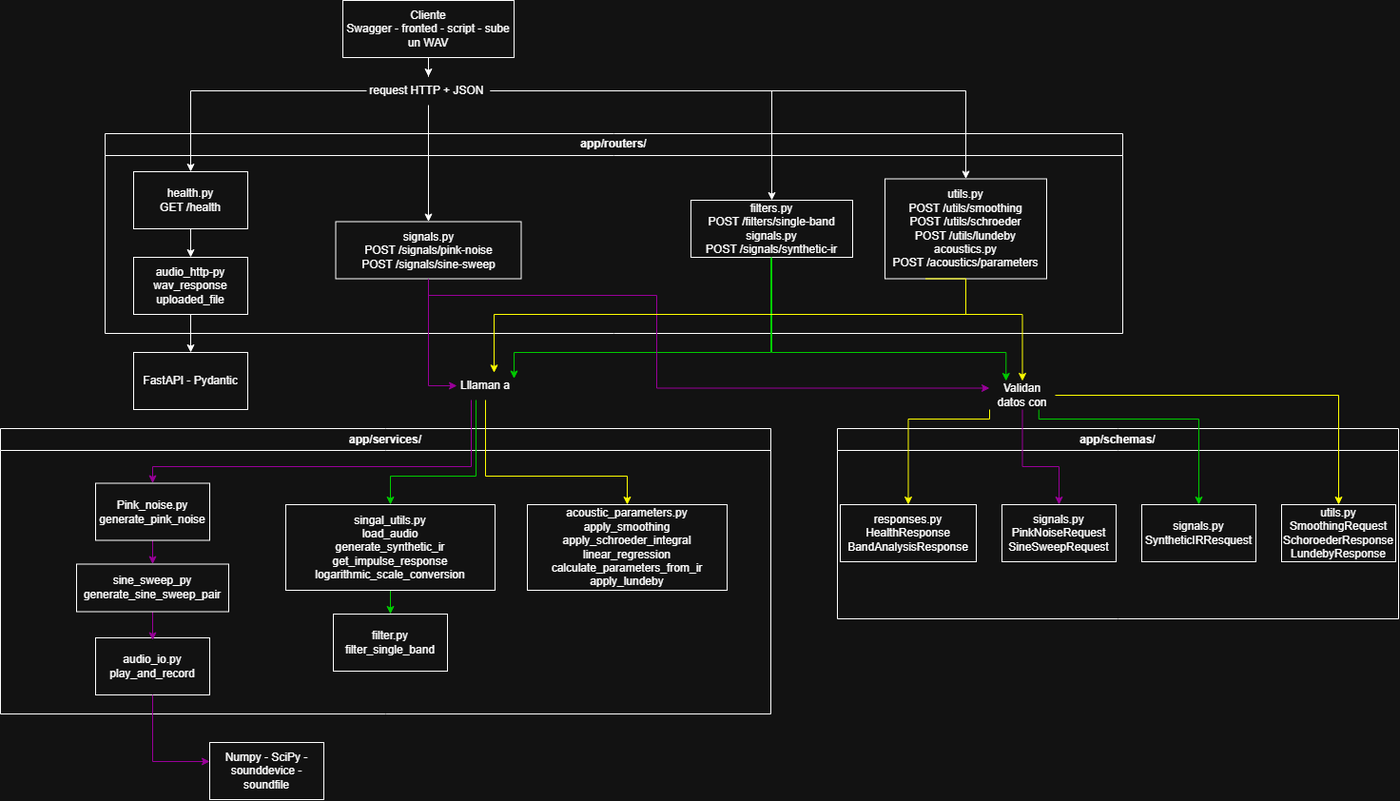
Above: docs/diagrama_arquitectura.png in Cadirola24/rir-rar (draw.io), before the change. Source tidied: cells renumbered, new cells last; positions are measured from the earlier drawing's top-left corner, leaving out a move shared by most shapes.
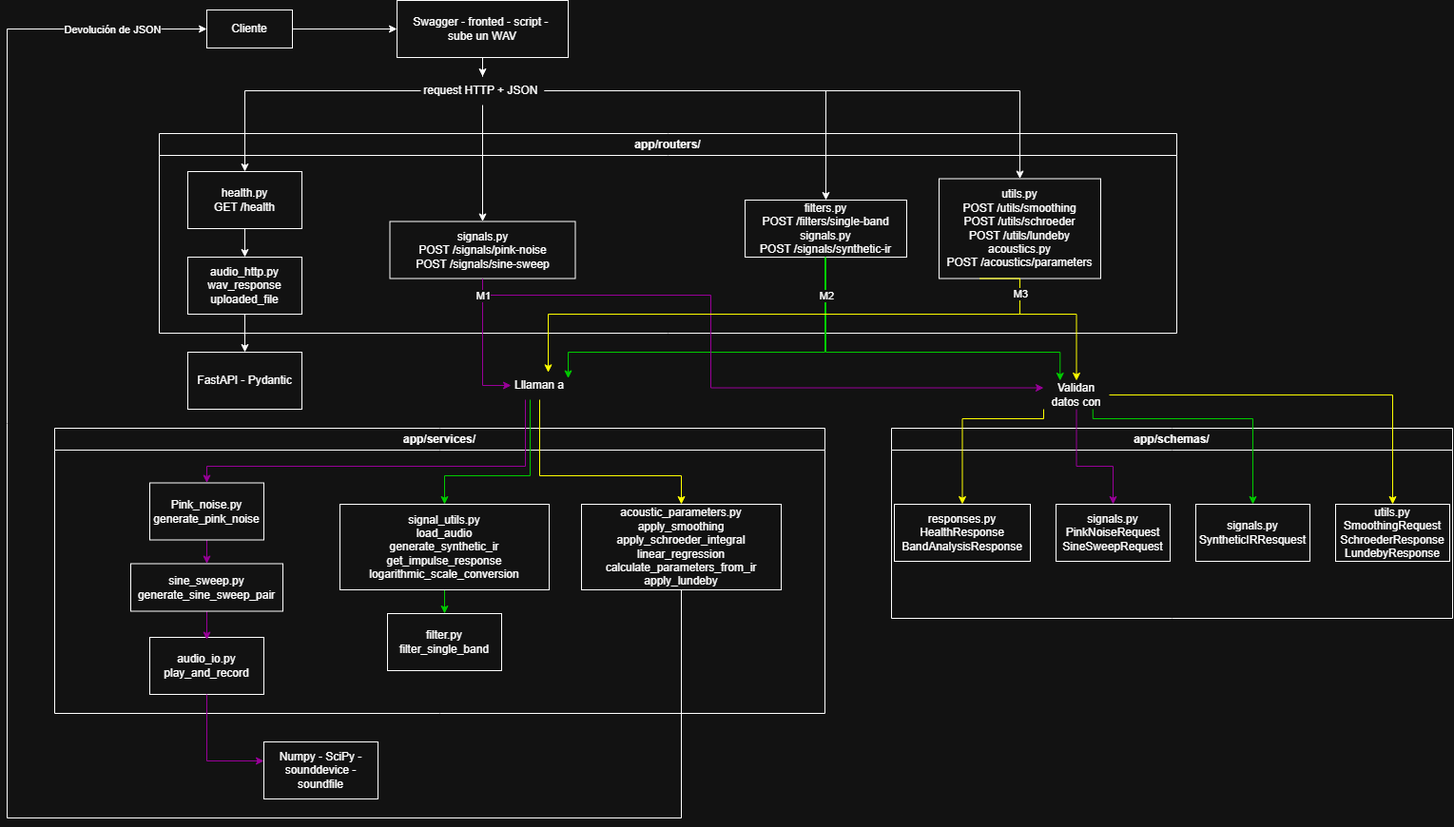
Later version of the same file.

Commit message:
fix/correccion_diagrama

What changed in the source:
```diff
@@ -20,13 +20,13 @@
     <mxCell id="7" value="utils.py&lt;div&gt;POST /utils/smoothing&lt;/div&gt;&lt;div&gt;POST /utils/schroeder&lt;/div&gt;&lt;div&gt;POST /utils/lundeby&lt;/div&gt;&lt;div&gt;acoustics.py&lt;/div&gt;&lt;div&gt;POST /acoustics/parameters&lt;/div&gt;" style="whiteSpace=wrap;html=1;" parent="2" vertex="1">
       <mxGeometry x="820" y="47.5" width="170" height="105" as="geometry" />
     </mxCell>
-    <mxCell id="8" value="audio_http-py&lt;div&gt;wav_response&lt;/div&gt;&lt;div&gt;uploaded_file&lt;/div&gt;" style="whiteSpace=wrap;html=1;" parent="2" vertex="1">
+    <mxCell id="8" value="audio_http.py&lt;div&gt;wav_response&lt;/div&gt;&lt;div&gt;uploaded_file&lt;/div&gt;" style="whiteSpace=wrap;html=1;" parent="2" vertex="1">
       <mxGeometry x="30" y="130" width="120" height="60" as="geometry" />
     </mxCell>
     <mxCell id="9" style="edgeStyle=orthogonalEdgeStyle;rounded=0;jettySize=auto;html=1;" parent="1" edge="1" source="10" target="15">
       <mxGeometry relative="1" as="geometry" />
     </mxCell>
-    <mxCell id="10" value="&lt;div&gt;Cliente&lt;/div&gt;&lt;div&gt;Swagger - fronted - script - sube un WAV&lt;/div&gt;" style="rounded=0;whiteSpace=wrap;html=1;" parent="1" vertex="1">
+    <mxCell id="10" value="&lt;div&gt;&lt;span style=&quot;background-color: transparent; color: light-dark(#000000, var(--ge-light-color, #ffffff));&quot;&gt;Swagger - fronted - script -&amp;nbsp;&lt;/span&gt;&lt;/div&gt;&lt;div&gt;&lt;span style=&quot;background-color: transparent; color: light-dark(#000000, var(--ge-light-color, #ffffff));&quot;&gt;sube un WAV&lt;/span&gt;&lt;/div&gt;" style="rounded=0;whiteSpace=wrap;html=1;" parent="1" vertex="1">
       <mxGeometry x="360" width="180" height="60" as="geometry" />
     </mxCell>
     <mxCell id="11" style="rounded=0;jettySize=auto;html=1;edgeStyle=orthogonalEdgeStyle;entryX=0.5;entryY=0;entryDx=0;entryDy=0;" parent="1" edge="1" source="15" target="4">
@@ -53,7 +53,7 @@
     <mxCell id="18" value="signals.py&lt;div&gt;PinkNoiseRequest&lt;/div&gt;&lt;div&gt;SineSweepRequest&lt;/div&gt;" style="whiteSpace=wrap;html=1;" parent="16" vertex="1">
       <mxGeometry x="173" y="80" width="120" height="60" as="geometry" />
     </mxCell>
-    <mxCell id="19" value="utils.py&lt;div&gt;SmoothingRequest&lt;/div&gt;&lt;div&gt;SchoroederResponse&lt;/div&gt;&lt;div&gt;LundebyResponse&lt;/div&gt;" style="whiteSpace=wrap;html=1;" parent="16" vertex="1">
+    <mxCell id="19" value="utils.py&lt;div&gt;SmoothingRequest&lt;/div&gt;&lt;div&gt;SchroederResponse&lt;/div&gt;&lt;div&gt;LundebyResponse&lt;/div&gt;" style="whiteSpace=wrap;html=1;" parent="16" vertex="1">
       <mxGeometry x="467" y="80" width="120" height="60" as="geometry" />
     </mxCell>
     <mxCell id="20" value="responses.py&lt;div&gt;HealthResponse&lt;/div&gt;&lt;div&gt;BandAnalysisResponse&lt;/div&gt;" style="whiteSpace=wrap;html=1;" parent="16" vertex="1">
@@ -76,13 +76,13 @@
         <mxPoint x="160" y="222.5" as="targetPoint" />
       </mxGeometry>
     </mxCell>
-    <mxCell id="26" value="sine_sweep_py&lt;div&gt;generate_sine_sweep_pair&lt;/div&gt;" style="whiteSpace=wrap;html=1;" parent="21" vertex="1">
+    <mxCell id="26" value="sine_sweep.py&lt;div&gt;generate_sine_sweep_pair&lt;/div&gt;" style="whiteSpace=wrap;html=1;" parent="21" vertex="1">
       <mxGeometry x="80" y="142.5" width="160" height="50" as="geometry" />
     </mxCell>
     <mxCell id="27" style="edgeStyle=orthogonalEdgeStyle;rounded=0;jettySize=auto;html=1;entryX=0.5;entryY=0;entryDx=0;entryDy=0;strokeColor=light-dark(#000000,#00CC00);" parent="21" edge="1" source="28" target="30">
       <mxGeometry relative="1" as="geometry" />
     </mxCell>
-    <mxCell id="28" value="singal_utils.py&lt;div&gt;&lt;div&gt;load_audio&lt;/div&gt;&lt;div&gt;generate_synthetic_ir&lt;/div&gt;&lt;div&gt;get_impulse_response&lt;/div&gt;&lt;div&gt;logarithmic_scale_conversion&lt;/div&gt;&lt;/div&gt;" style="whiteSpace=wrap;html=1;" parent="21" vertex="1">
+    <mxCell id="28" value="signal_utils.py&lt;div&gt;&lt;div&gt;load_audio&lt;/div&gt;&lt;div&gt;generate_synthetic_ir&lt;/div&gt;&lt;div&gt;get_impulse_response&lt;/div&gt;&lt;div&gt;logarithmic_scale_conversion&lt;/div&gt;&lt;/div&gt;" style="whiteSpace=wrap;html=1;" parent="21" vertex="1">
       <mxGeometry x="300" y="80" width="220" height="90" as="geometry" />
     </mxCell>
     <mxCell id="29" value="acoustic_parameters.py&lt;div&gt;&lt;div&gt;apply_smoothing&lt;/div&gt;&lt;div&gt;apply_schroeder_integral&lt;/div&gt;&lt;div&gt;linear_regression&lt;/div&gt;&lt;div&gt;calculate_parameters_from_ir&lt;/div&gt;&lt;div&gt;apply_lundeby&lt;/div&gt;&lt;/div&gt;" style="whiteSpace=wrap;html=1;" parent="21" vertex="1">
@@ -182,6 +182,11 @@
         </Array>
       </mxGeometry>
     </mxCell>
+    <mxCell id="50" value="M2" style="edgeLabel;html=1;align=center;verticalAlign=middle;inheritText=1;" parent="44" vertex="1">
+      <mxGeometry x="-0.84" y="1" relative="1" as="geometry">
+        <mxPoint y="8" as="offset" />
+      </mxGeometry>
+    </mxCell>
     <mxCell id="45" style="edgeStyle=orthogonalEdgeStyle;rounded=0;jettySize=auto;html=1;entryX=0;entryY=0.25;entryDx=0;entryDy=0;strokeColor=light-dark(#9673A6,#990099);" parent="1" edge="1" source="5" target="36">
       <mxGeometry x="0.1" relative="1" as="geometry">
         <Array as="points">
@@ -200,14 +205,42 @@
         </Array>
       </mxGeometry>
     </mxCell>
+    <mxCell id="51" value="M3" style="edgeLabel;html=1;align=center;verticalAlign=middle;inheritText=1;" parent="46" vertex="1">
+      <mxGeometry x="-0.82" relative="1" as="geometry" />
+    </mxCell>
     <mxCell id="47" style="edgeStyle=orthogonalEdgeStyle;rounded=0;jettySize=auto;html=1;entryX=0;entryY=0.5;entryDx=0;entryDy=0;strokeColor=light-dark(#9673A6,#990099);" parent="1" edge="1" source="5" target="43">
       <mxGeometry relative="1" as="geometry" />
     </mxCell>
+    <mxCell id="52" value="M1" style="edgeLabel;html=1;align=center;verticalAlign=middle;inheritText=1;" parent="47" vertex="1">
+      <mxGeometry x="-0.85" relative="1" as="geometry">
+        <mxPoint y="7" as="offset" />
+      </mxGeometry>
+    </mxCell>
     <mxCell id="48" value="FastAPI - Pydantic" style="whiteSpace=wrap;html=1;" parent="1" vertex="1">
       <mxGeometry x="140" y="370" width="120" height="60" as="geometry" />
     </mxCell>
     <mxCell id="49" style="edgeStyle=orthogonalEdgeStyle;rounded=0;jettySize=auto;html=1;" parent="1" edge="1" source="8" target="48">
       <mxGeometry relative="1" as="geometry" />
     </mxCell>
+    <mxCell id="53" style="edgeStyle=orthogonalEdgeStyle;rounded=0;jettySize=auto;html=1;exitX=0.5;exitY=1;exitDx=0;exitDy=0;defaultLabelBackgroundColor=page;entryX=0;entryY=0.5;entryDx=0;entryDy=0;" parent="1" edge="1" source="29" target="56">
+      <mxGeometry x="-0.74" relative="1" as="geometry">
+        <Array as="points">
+          <mxPoint x="659" y="860" />
+          <mxPoint x="-50" y="860" />
+          <mxPoint x="-50" y="30" />
+        </Array>
+      </mxGeometry>
+    </mxCell>
+    <mxCell id="54" value="Devolución de JSON" style="edgeLabel;html=1;align=center;verticalAlign=middle;inheritText=1;defaultLabelBackgroundColor=page;" parent="53" vertex="1">
+      <mxGeometry x="0.97" relative="1" as="geometry">
+        <mxPoint x="-74" as="offset" />
+      </mxGeometry>
+    </mxCell>
+    <mxCell id="55" style="edgeStyle=orthogonalEdgeStyle;rounded=0;jettySize=auto;html=1;exitX=1;exitY=0.5;exitDx=0;exitDy=0;entryX=0;entryY=0.5;entryDx=0;entryDy=0;defaultLabelBackgroundColor=page;" parent="1" edge="1" source="56" target="10">
+      <mxGeometry relative="1" as="geometry" />
+    </mxCell>
+    <mxCell id="56" value="Cliente" style="whiteSpace=wrap;html=1;" parent="1" vertex="1">
+      <mxGeometry x="160" y="10" width="90" height="40" as="geometry" />
+    </mxCell>
   </root>
 </mxGraphModel>
```
